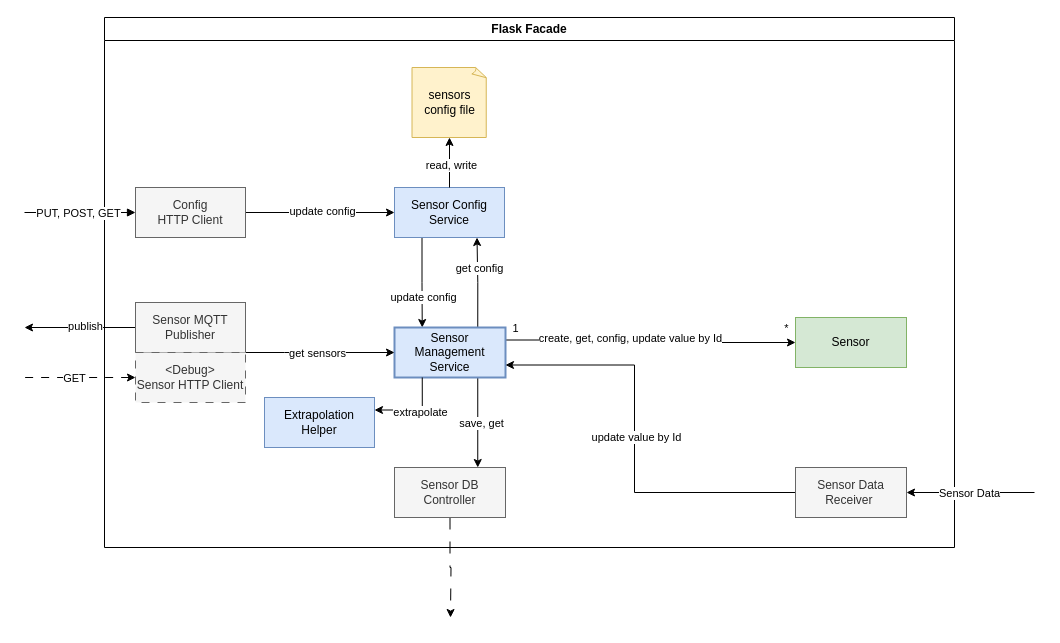
Earlier version of the draw.io diagram docs/diagramms/drawio/Facade_Architecture.drawio (Sners03/Bachelor-thesis-data-synchronizing-facade). Source tidied: cells renumbered, new cells numbered last; positions are measured from the earlier drawing's top-left corner, leaving out a move shared by most shapes. Both pictures are drawn from the tidied source at 100%, with x=0, y=0 at pixel (24, 17).
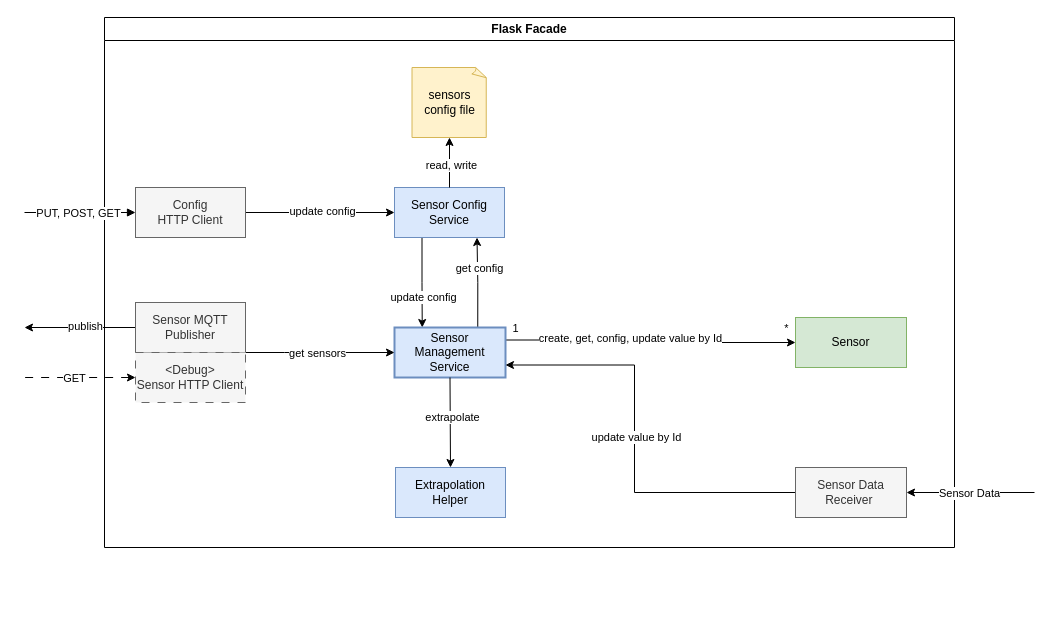
The same diagram, later.

The change refers to these unchanged cells:
```xml
<mxCell id="2" value="Flask Facade" style="swimlane;whiteSpace=wrap;html=1;gradientColor=none;swimlaneFillColor=default;" parent="1" vertex="1">
  <mxGeometry x="80" width="850" height="530" as="geometry" />
</mxCell>
<mxCell id="17" value="Sensor Management&lt;br&gt;Service" style="rounded=0;whiteSpace=wrap;html=1;fillColor=#dae8fc;strokeColor=#6c8ebf;strokeWidth=2;" parent="2" vertex="1">
  <mxGeometry x="290" y="310" width="111" height="50" as="geometry" />
</mxCell>
```

The edit, as a diff of the source:
```diff
@@
-    <mxCell id="15" style="edgeStyle=orthogonalEdgeStyle;rounded=0;jettySize=auto;html=1;exitX=0.75;exitY=1;exitDx=0;exitDy=0;entryX=0.75;entryY=0;entryDx=0;entryDy=0;" parent="2" edge="1" source="17" target="33">
-      <mxGeometry relative="1" as="geometry" />
-    </mxCell>
-    <mxCell id="16" value="save, get" style="edgeLabel;html=1;align=center;verticalAlign=middle;" parent="15" vertex="1">
-      <mxGeometry y="3" relative="1" as="geometry" />
-    </mxCell>
@@
-    <mxCell id="32" style="edgeStyle=orthogonalEdgeStyle;rounded=0;jettySize=auto;html=1;exitX=0.5;exitY=1;exitDx=0;exitDy=0;dashed=1;dashPattern=12 12;" parent="2" edge="1" source="33">
-      <mxGeometry relative="1" as="geometry">
-        <mxPoint x="346" y="600" as="targetPoint" />
-      </mxGeometry>
-    </mxCell>
-    <mxCell id="33" value="Sensor DB&lt;br&gt;Controller" style="rounded=0;whiteSpace=wrap;html=1;fillColor=#f5f5f5;strokeColor=#666666;fontColor=#333333;" parent="2" vertex="1">
-      <mxGeometry x="290" y="450" width="111" height="50" as="geometry" />
-    </mxCell>
-    <mxCell id="34" style="edgeStyle=orthogonalEdgeStyle;rounded=0;jettySize=auto;html=1;exitX=1;exitY=0.25;exitDx=0;exitDy=0;entryX=0.25;entryY=1;entryDx=0;entryDy=0;startArrow=classic;startFill=1;endArrow=none;endFill=0;" parent="2" edge="1" source="36" target="17">
+    <mxCell id="34" style="rounded=0;jettySize=auto;html=1;exitX=0.5;exitY=0;exitDx=0;exitDy=0;startArrow=classic;startFill=1;endArrow=none;endFill=0;entryX=0.5;entryY=1;entryDx=0;entryDy=0;" parent="2" edge="1" source="36" target="17">
       <mxGeometry relative="1" as="geometry" />
     </mxCell>
@@
     <mxCell id="36" value="Extrapolation&lt;br&gt;Helper" style="html=1;whiteSpace=wrap;fillColor=#dae8fc;strokeColor=#6c8ebf;" parent="2" vertex="1">
-      <mxGeometry x="160" y="380" width="110" height="50" as="geometry" />
+      <mxGeometry x="291" y="450" width="110" height="50" as="geometry" />
     </mxCell>
```
